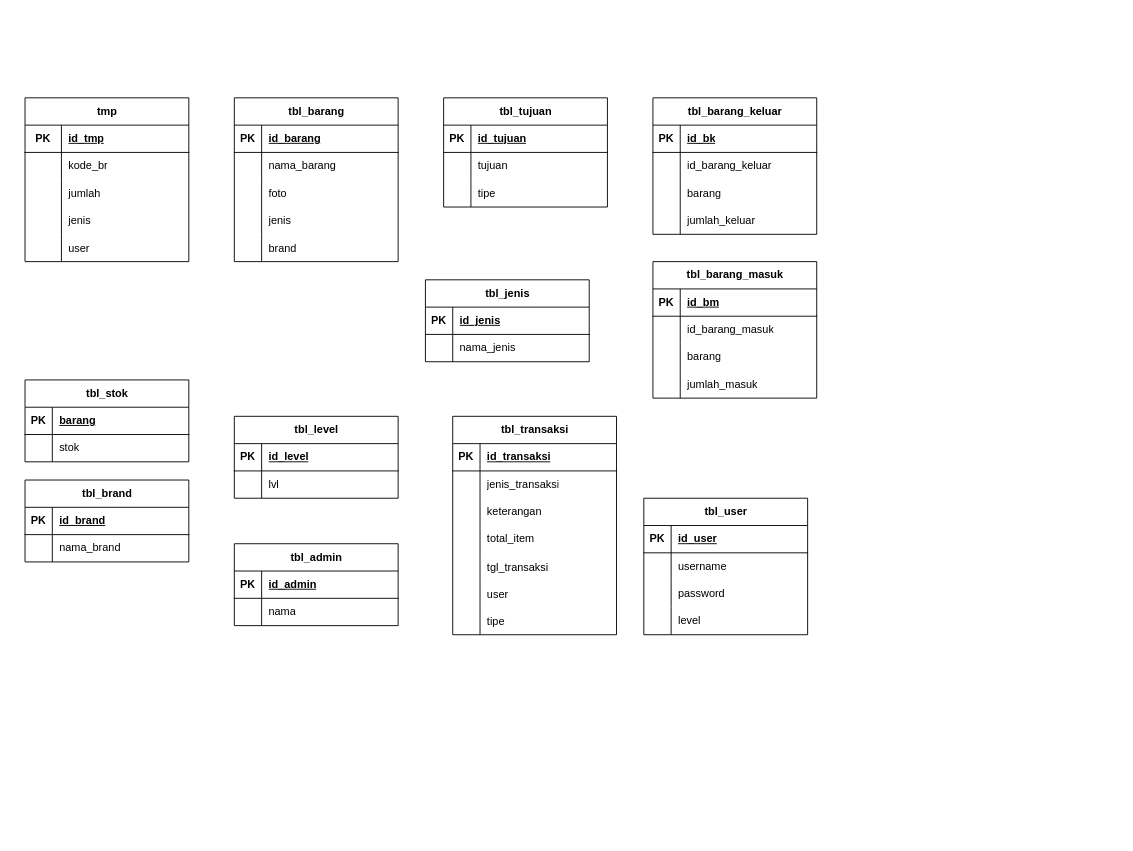
Above: ERD_inventory_app.drawio in romicrack/setting_owncloud (draw.io), before the change. Source tidied: cells renumbered, new cells numbered last; positions are measured from the earlier drawing's top-left corner, leaving out a move shared by most shapes. Both pictures are drawn from the tidied source at 91%, with x=0, y=0 at pixel (25, 97).
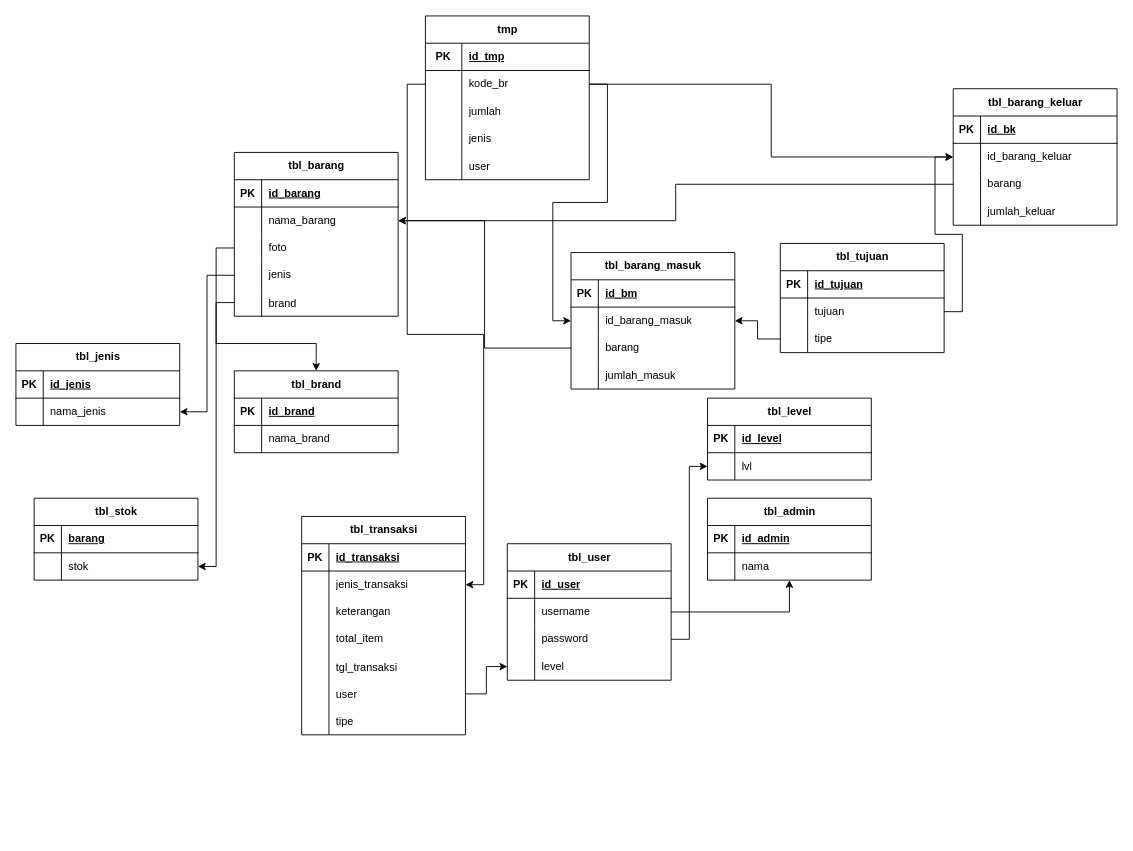
The same diagram, later.

Unchanged cells that the change refers to:
```xml
<mxCell id="6" style="shape=tableRow;horizontal=0;startSize=0;swimlaneHead=0;swimlaneBody=0;fillColor=none;points=[[0,0.5],[1,0.5]];portConstraint=eastwest;top=0;left=0;right=0;bottom=0;" parent="2" vertex="1">
  <mxGeometry y="60" width="180" height="30" as="geometry" />
</mxCell>
<mxCell id="9" style="shape=tableRow;horizontal=0;startSize=0;swimlaneHead=0;swimlaneBody=0;fillColor=none;points=[[0,0.5],[1,0.5]];portConstraint=eastwest;top=0;left=0;right=0;bottom=0;" parent="2" vertex="1">
  <mxGeometry y="90" width="180" height="30" as="geometry" />
</mxCell>
<mxCell id="16" style="shape=tableRow;horizontal=0;startSize=0;swimlaneHead=0;swimlaneBody=0;fillColor=none;points=[[0,0.5],[1,0.5]];portConstraint=eastwest;top=0;left=0;right=0;bottom=0;" parent="12" vertex="1">
  <mxGeometry y="60" width="180" height="30" as="geometry" />
</mxCell>
<mxCell id="19" style="shape=tableRow;horizontal=0;startSize=0;swimlaneHead=0;swimlaneBody=0;fillColor=none;points=[[0,0.5],[1,0.5]];portConstraint=eastwest;top=0;left=0;right=0;bottom=0;" parent="12" vertex="1">
  <mxGeometry y="90" width="180" height="30" as="geometry" />
</mxCell>
<mxCell id="36" style="shape=tableRow;horizontal=0;startSize=0;swimlaneHead=0;swimlaneBody=0;fillColor=none;points=[[0,0.5],[1,0.5]];portConstraint=eastwest;top=0;left=0;right=0;bottom=0;" parent="32" vertex="1">
  <mxGeometry y="60" width="180" height="30" as="geometry" />
</mxCell>
<mxCell id="43" style="shape=tableRow;horizontal=0;startSize=0;swimlaneHead=0;swimlaneBody=0;fillColor=none;points=[[0,0.5],[1,0.5]];portConstraint=eastwest;top=0;left=0;right=0;bottom=0;" parent="39" vertex="1">
  <mxGeometry y="60" width="180" height="30" as="geometry" />
</mxCell>
<mxCell id="46" style="shape=tableRow;horizontal=0;startSize=0;swimlaneHead=0;swimlaneBody=0;fillColor=none;points=[[0,0.5],[1,0.5]];portConstraint=eastwest;top=0;left=0;right=0;bottom=0;" parent="39" vertex="1">
  <mxGeometry y="90" width="180" height="30" as="geometry" />
</mxCell>
<mxCell id="56" style="shape=tableRow;horizontal=0;startSize=0;swimlaneHead=0;swimlaneBody=0;fillColor=none;points=[[0,0.5],[1,0.5]];portConstraint=eastwest;top=0;left=0;right=0;bottom=0;" parent="52" vertex="1">
  <mxGeometry y="60" width="180" height="30" as="geometry" />
</mxCell>
<mxCell id="59" style="shape=tableRow;horizontal=0;startSize=0;swimlaneHead=0;swimlaneBody=0;fillColor=none;points=[[0,0.5],[1,0.5]];portConstraint=eastwest;top=0;left=0;right=0;bottom=0;" parent="52" vertex="1">
  <mxGeometry y="90" width="180" height="30" as="geometry" />
</mxCell>
<mxCell id="62" style="shape=tableRow;horizontal=0;startSize=0;swimlaneHead=0;swimlaneBody=0;fillColor=none;points=[[0,0.5],[1,0.5]];portConstraint=eastwest;top=0;left=0;right=0;bottom=0;" parent="52" vertex="1">
  <mxGeometry y="120" width="180" height="30" as="geometry" />
</mxCell>
<mxCell id="76" style="shape=tableRow;horizontal=0;startSize=0;swimlaneHead=0;swimlaneBody=0;fillColor=none;points=[[0,0.5],[1,0.5]];portConstraint=eastwest;top=0;left=0;right=0;bottom=0;" parent="72" vertex="1">
  <mxGeometry y="60" width="180" height="30" as="geometry" />
</mxCell>
<mxCell id="85" style="shape=tableRow;horizontal=0;startSize=0;swimlaneHead=0;swimlaneBody=0;fillColor=none;points=[[0,0.5],[1,0.5]];portConstraint=eastwest;top=0;left=0;right=0;bottom=0;" parent="81" vertex="1">
  <mxGeometry y="60" width="180" height="30" as="geometry" />
</mxCell>
<mxCell id="102" style="shape=tableRow;horizontal=0;startSize=0;swimlaneHead=0;swimlaneBody=0;fillColor=none;points=[[0,0.5],[1,0.5]];portConstraint=eastwest;top=0;left=0;right=0;bottom=0;" parent="98" vertex="1">
  <mxGeometry y="60" width="180" height="30" as="geometry" />
</mxCell>
<mxCell id="105" style="shape=tableRow;horizontal=0;startSize=0;swimlaneHead=0;swimlaneBody=0;fillColor=none;points=[[0,0.5],[1,0.5]];portConstraint=eastwest;top=0;left=0;right=0;bottom=0;" parent="98" vertex="1">
  <mxGeometry y="90" width="180" height="30" as="geometry" />
</mxCell>
<mxCell id="108" style="shape=tableRow;horizontal=0;startSize=0;swimlaneHead=0;swimlaneBody=0;fillColor=none;points=[[0,0.5],[1,0.5]];portConstraint=eastwest;top=0;left=0;right=0;bottom=0;" parent="98" vertex="1">
  <mxGeometry y="120" width="180" height="30" as="geometry" />
</mxCell>
<mxCell id="111" style="shape=tableRow;horizontal=0;startSize=0;swimlaneHead=0;swimlaneBody=0;fillColor=none;points=[[0,0.5],[1,0.5]];portConstraint=eastwest;top=0;left=0;right=0;bottom=0;" parent="98" vertex="1">
  <mxGeometry y="150" width="180" height="30" as="geometry" />
</mxCell>
<mxCell id="118" style="shape=tableRow;horizontal=0;startSize=0;swimlaneHead=0;swimlaneBody=0;fillColor=none;points=[[0,0.5],[1,0.5]];portConstraint=eastwest;top=0;left=0;right=0;bottom=0;" parent="114" vertex="1">
  <mxGeometry y="60" width="180" height="30" as="geometry" />
</mxCell>
<mxCell id="128" style="shape=tableRow;horizontal=0;startSize=0;swimlaneHead=0;swimlaneBody=0;fillColor=none;points=[[0,0.5],[1,0.5]];portConstraint=eastwest;top=0;left=0;right=0;bottom=0;" parent="124" vertex="1">
  <mxGeometry y="60" width="180" height="30" as="geometry" />
</mxCell>
<mxCell id="140" style="shape=tableRow;horizontal=0;startSize=0;swimlaneHead=0;swimlaneBody=0;fillColor=none;points=[[0,0.5],[1,0.5]];portConstraint=eastwest;top=0;left=0;right=0;bottom=0;" parent="124" vertex="1">
  <mxGeometry y="180" width="180" height="30" as="geometry" />
</mxCell>
```

Diff of the diagram source:
```diff
@@
     <mxCell id="2" value="tbl_tujuan" style="shape=table;startSize=30;childLayout=tableLayout;rowLines=0;fontStyle=1;align=center;html=1;" parent="1" vertex="1">
-      <mxGeometry x="460" width="180" height="120" as="geometry" />
+      <mxGeometry x="830" y="160" width="180" height="120" as="geometry" />
     </mxCell>
@@
     <mxCell id="12" value="tbl_barang_keluar" style="shape=table;startSize=30;childLayout=tableLayout;rowLines=0;fontStyle=1;align=center;html=1;" parent="1" vertex="1">
-      <mxGeometry x="690" width="180" height="150" as="geometry" />
+      <mxGeometry x="1020" y="-10" width="180" height="150" as="geometry" />
     </mxCell>
@@
     <mxCell id="25" value="tbl_admin" style="shape=table;startSize=30;childLayout=tableLayout;rowLines=0;fontStyle=1;align=center;html=1;" parent="1" vertex="1">
-      <mxGeometry x="230" y="490" width="180" height="90" as="geometry" />
+      <mxGeometry x="750" y="440" width="180" height="90" as="geometry" />
     </mxCell>
@@
     <mxCell id="32" value="tbl_jenis" style="shape=table;startSize=30;childLayout=tableLayout;rowLines=0;fontStyle=1;align=center;html=1;" parent="1" vertex="1">
-      <mxGeometry x="440" y="200" width="180" height="90" as="geometry" />
+      <mxGeometry x="-10" y="270" width="180" height="90" as="geometry" />
     </mxCell>
@@
     <mxCell id="39" value="tbl_barang_masuk" style="shape=table;startSize=30;childLayout=tableLayout;rowLines=0;fontStyle=1;align=center;html=1;" parent="1" vertex="1">
-      <mxGeometry x="690" y="180" width="180" height="150" as="geometry" />
+      <mxGeometry x="600" y="170" width="180" height="150" as="geometry" />
     </mxCell>
@@
     <mxCell id="52" value="tbl_user" style="shape=table;startSize=30;childLayout=tableLayout;rowLines=0;fontStyle=1;align=center;html=1;" parent="1" vertex="1">
-      <mxGeometry x="680" y="440" width="180" height="150" as="geometry" />
+      <mxGeometry x="530" y="490" width="180" height="150" as="geometry" />
     </mxCell>
@@
     <mxCell id="65" value="tbl_brand" style="shape=table;startSize=30;childLayout=tableLayout;rowLines=0;fontStyle=1;align=center;html=1;" parent="1" vertex="1">
-      <mxGeometry y="420" width="180" height="90" as="geometry" />
+      <mxGeometry x="230" y="300" width="180" height="90" as="geometry" />
     </mxCell>
@@
     <mxCell id="72" value="tbl_level" style="shape=table;startSize=30;childLayout=tableLayout;rowLines=0;fontStyle=1;align=center;html=1;" parent="1" vertex="1">
-      <mxGeometry x="230" y="350" width="180" height="90" as="geometry" />
+      <mxGeometry x="750" y="330" width="180" height="90" as="geometry" />
     </mxCell>
@@
     <mxCell id="80" style="group;" parent="1" vertex="1">
-      <mxGeometry width="180" height="180" as="geometry" />
+      <mxGeometry x="440" y="-90" width="180" height="180" as="geometry" />
     </mxCell>
@@
     <mxCell id="97" style="group;" parent="1" vertex="1">
-      <mxGeometry x="230" width="180" height="180" as="geometry" />
+      <mxGeometry x="230" y="60" width="180" height="180" as="geometry" />
     </mxCell>
@@
     <mxCell id="114" value="tbl_stok" style="shape=table;startSize=30;childLayout=tableLayout;rowLines=0;fontStyle=1;align=center;html=1;" parent="1" vertex="1">
-      <mxGeometry y="310" width="180" height="90" as="geometry" />
+      <mxGeometry x="10" y="440" width="180" height="90" as="geometry" />
     </mxCell>
@@
     <mxCell id="121" style="group;" parent="1" vertex="1">
-      <mxGeometry x="470" y="350" width="180" height="250" as="geometry" />
+      <mxGeometry x="570" y="560" width="180" height="250" as="geometry" />
     </mxCell>
-    <mxCell id="122" style="group;" parent="121" vertex="1">
-      <mxGeometry width="180" height="180" as="geometry" />
-    </mxCell>
-    <mxCell id="123" style="group;" parent="122" vertex="1">
-      <mxGeometry width="180" height="180" as="geometry" />
-    </mxCell>
+    <mxCell id="146" style="edgeStyle=orthogonalEdgeStyle;rounded=0;jettySize=auto;html=1;" parent="1" edge="1" source="56" target="25">
+      <mxGeometry relative="1" as="geometry" />
+    </mxCell>
+    <mxCell id="147" style="edgeStyle=orthogonalEdgeStyle;rounded=0;jettySize=auto;html=1;" parent="1" edge="1" source="108" target="36">
+      <mxGeometry relative="1" as="geometry" />
+    </mxCell>
+    <mxCell id="148" style="edgeStyle=orthogonalEdgeStyle;rounded=0;jettySize=auto;html=1;" parent="1" edge="1" source="111" target="65">
+      <mxGeometry relative="1" as="geometry" />
+    </mxCell>
+    <mxCell id="149" style="edgeStyle=orthogonalEdgeStyle;rounded=0;jettySize=auto;html=1;" parent="1" edge="1" source="59" target="76">
+      <mxGeometry relative="1" as="geometry" />
+    </mxCell>
+    <mxCell id="150" style="edgeStyle=orthogonalEdgeStyle;rounded=0;jettySize=auto;html=1;" parent="1" edge="1" source="6" target="16">
+      <mxGeometry relative="1" as="geometry" />
+    </mxCell>
+    <mxCell id="151" style="edgeStyle=orthogonalEdgeStyle;rounded=0;jettySize=auto;html=1;" parent="1" edge="1" source="9" target="43">
+      <mxGeometry relative="1" as="geometry" />
+    </mxCell>
+    <mxCell id="152" style="edgeStyle=orthogonalEdgeStyle;rounded=0;jettySize=auto;html=1;entryX=1;entryY=0.5;entryDx=0;entryDy=0;" parent="1" edge="1" source="105" target="118">
+      <mxGeometry relative="1" as="geometry" />
+    </mxCell>
+    <mxCell id="153" style="edgeStyle=orthogonalEdgeStyle;rounded=0;jettySize=auto;html=1;" parent="1" edge="1" source="19" target="102">
+      <mxGeometry relative="1" as="geometry" />
+    </mxCell>
+    <mxCell id="154" style="edgeStyle=orthogonalEdgeStyle;rounded=0;jettySize=auto;html=1;entryX=1;entryY=0.5;entryDx=0;entryDy=0;" parent="1" edge="1" source="46" target="102">
+      <mxGeometry relative="1" as="geometry" />
+    </mxCell>
-    <mxCell id="124" value="tbl_transaksi" style="shape=table;startSize=30;childLayout=tableLayout;rowLines=0;fontStyle=1;align=center;html=1;" parent="123" vertex="1">
-      <mxGeometry width="180" height="240" as="geometry" />
+    <mxCell id="124" value="tbl_transaksi" style="shape=table;startSize=30;childLayout=tableLayout;rowLines=0;fontStyle=1;align=center;html=1;" parent="1" vertex="1">
+      <mxGeometry x="304" y="460" width="180" height="240" as="geometry" />
     </mxCell>
@@
+    <mxCell id="155" style="edgeStyle=orthogonalEdgeStyle;rounded=0;jettySize=auto;html=1;" parent="1" edge="1" source="140" target="62">
+      <mxGeometry relative="1" as="geometry" />
+    </mxCell>
+    <mxCell id="156" style="edgeStyle=orthogonalEdgeStyle;rounded=0;jettySize=auto;html=1;" parent="1" edge="1" source="85" target="128">
+      <mxGeometry relative="1" as="geometry" />
+    </mxCell>
+    <mxCell id="157" style="edgeStyle=orthogonalEdgeStyle;rounded=0;jettySize=auto;html=1;entryX=0;entryY=0.5;entryDx=0;entryDy=0;" parent="1" edge="1" source="85" target="43">
+      <mxGeometry relative="1" as="geometry" />
+    </mxCell>
+    <mxCell id="158" style="edgeStyle=orthogonalEdgeStyle;rounded=0;jettySize=auto;html=1;" parent="1" edge="1" source="85" target="16">
+      <mxGeometry relative="1" as="geometry" />
+    </mxCell>
```
